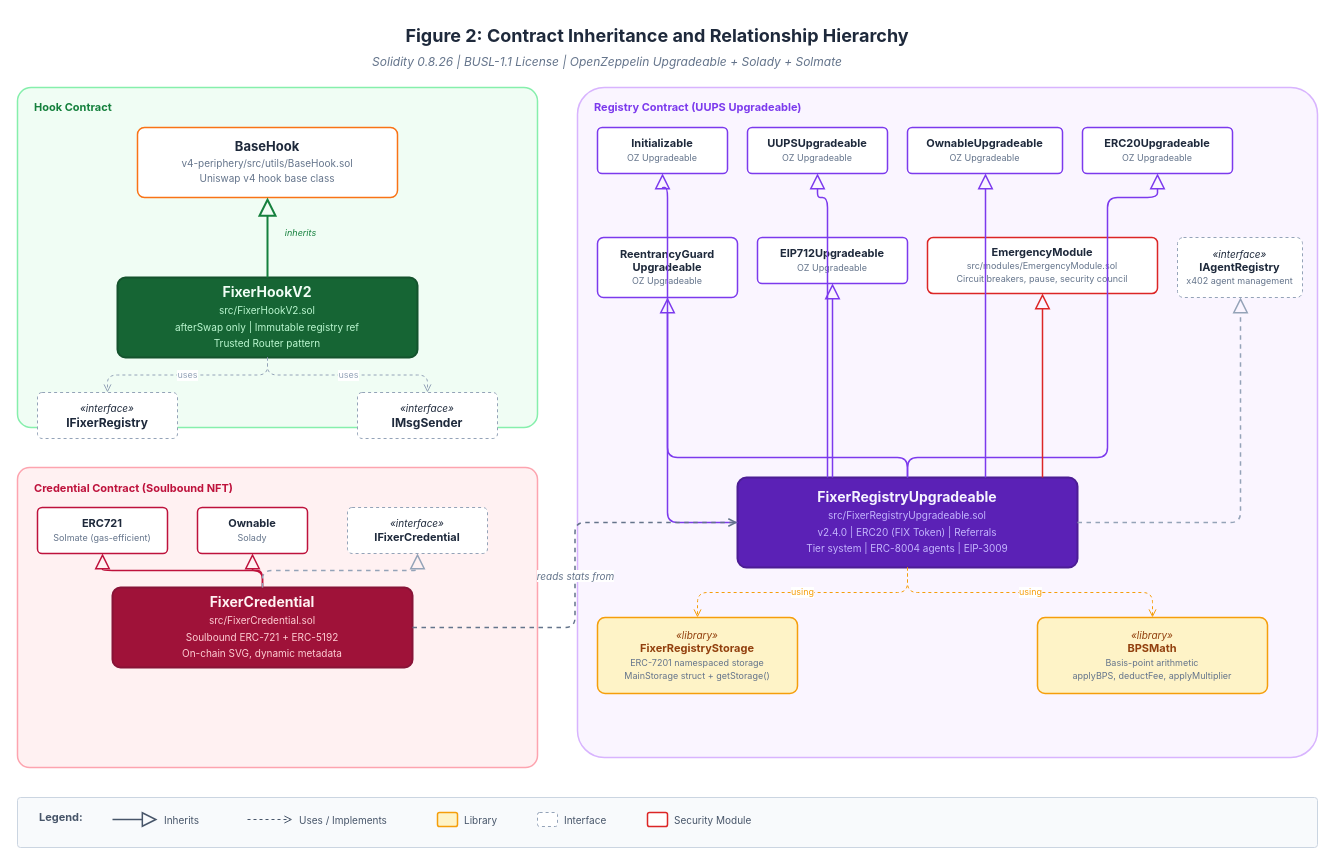
This is docs/diagrams/drawio/research/research-contract-hierarchy.drawio from guglxni/the-fixer-hook, a draw.io file, before an edit. Source tidied: cells renumbered, new cells numbered last; positions are measured from the earlier drawing's top-left corner, leaving out a move shared by most shapes. Both pictures are drawn from the tidied source at 100%, with x=0, y=0 at pixel (17, 17).
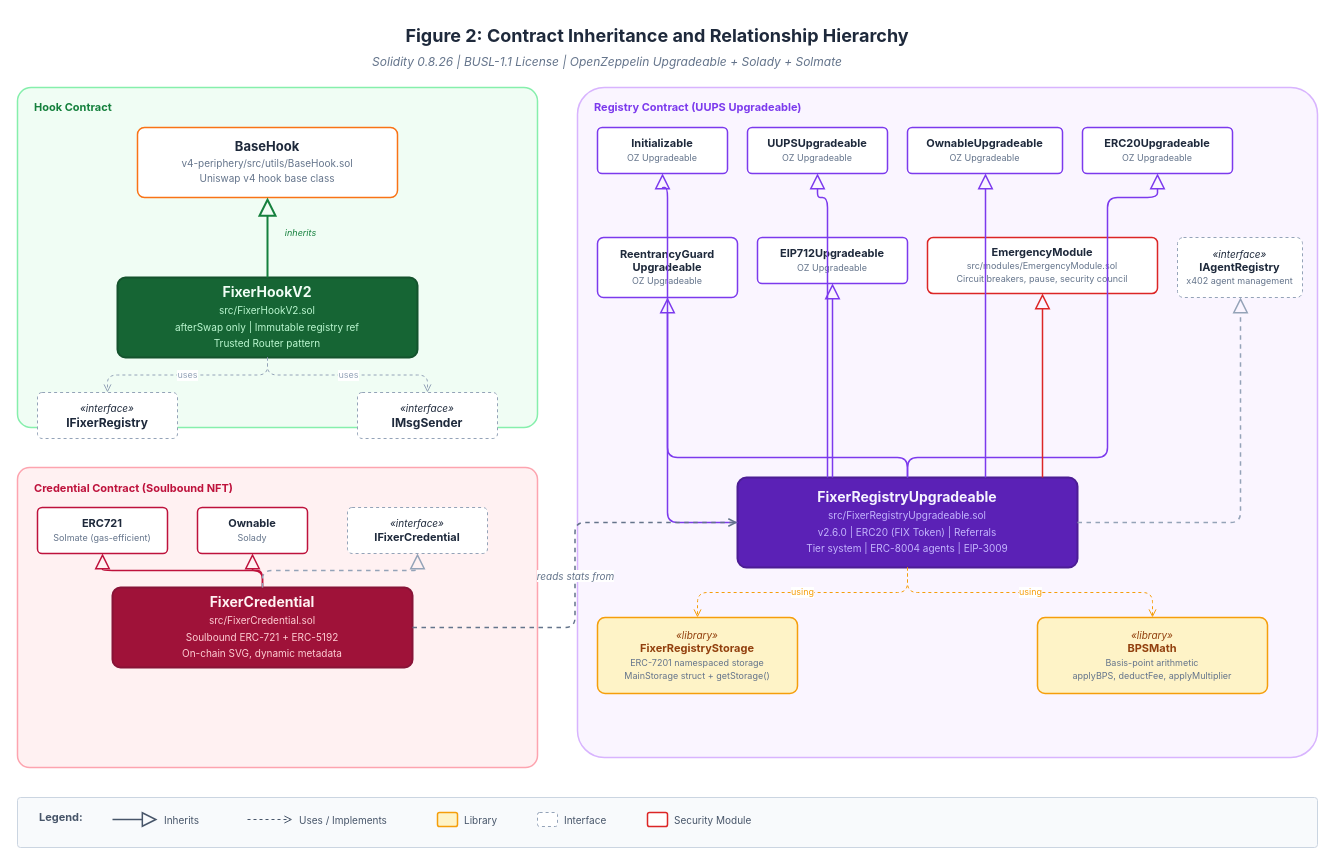
Above is the later version.

Change to the diagram source:
```diff
@@
-    <mxCell id="16" value="&lt;b&gt;FixerRegistryUpgradeable&lt;/b&gt;&lt;br&gt;&lt;font style=&quot;font-size:10px;color:#C4B5FD;&quot;&gt;src/FixerRegistryUpgradeable.sol&lt;br&gt;v2.4.0 | ERC20 (FIX Token) | Referrals&lt;br&gt;Tier system | ERC-8004 agents | EIP-3009&lt;/font&gt;" style="rounded=1;whiteSpace=wrap;html=1;arcSize=10;fillColor=#5B21B6;strokeColor=#4C1D95;strokeWidth=2;fontSize=14;fontColor=#F5F3FF;fontFamily=Inter,system-ui,sans-serif;" parent="1" vertex="1">
+    <mxCell id="16" value="&lt;b&gt;FixerRegistryUpgradeable&lt;/b&gt;&lt;br&gt;&lt;font style=&quot;font-size:10px;color:#C4B5FD;&quot;&gt;src/FixerRegistryUpgradeable.sol&lt;br&gt;v2.6.0 | ERC20 (FIX Token) | Referrals&lt;br&gt;Tier system | ERC-8004 agents | EIP-3009&lt;/font&gt;" style="rounded=1;whiteSpace=wrap;html=1;arcSize=10;fillColor=#5B21B6;strokeColor=#4C1D95;strokeWidth=2;fontSize=14;fontColor=#F5F3FF;fontFamily=Inter,system-ui,sans-serif;" parent="1" vertex="1">
       <mxGeometry x="720" y="460" width="340" height="90" as="geometry" />
     </mxCell>
```
